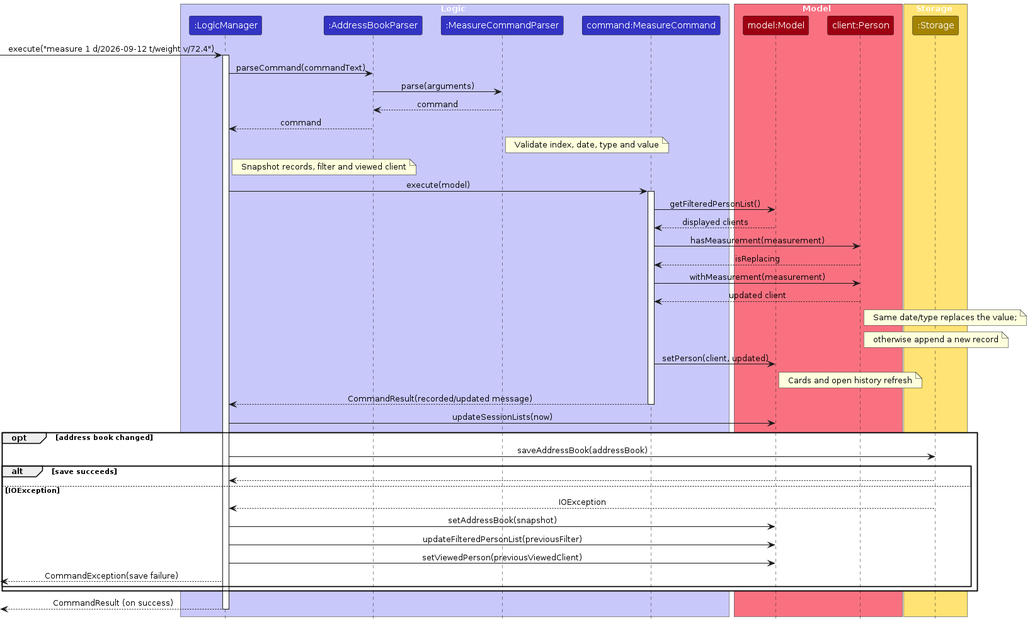
This is diagrams/MeasureSequenceDiagram.png from AY2627S1-CS2103T-F14a-2/tp, a PlantUML export, as it was before one commit. Its source is kept beside it as diagrams/MeasureSequenceDiagram.puml. Its diagram source:
```plantuml
@startuml
!include style.puml
skinparam ArrowFontStyle plain

box Logic LOGIC_COLOR_T1
participant ":LogicManager" as Logic LOGIC_COLOR
participant ":AddressBookParser" as Parser LOGIC_COLOR
participant ":MeasureCommandParser" as MeasureParser LOGIC_COLOR
participant "command:MeasureCommand" as Command LOGIC_COLOR
end box
box Model MODEL_COLOR_T1
participant "model:Model" as Model MODEL_COLOR
participant "client:Person" as Client MODEL_COLOR
end box
box Storage STORAGE_COLOR_T1
participant ":Storage" as Storage STORAGE_COLOR
end box

[-> Logic : execute("measure 1 d/2026-09-12 t/weight v/72.4")
activate Logic
Logic -> Parser : parseCommand(commandText)
Parser -> MeasureParser : parse(arguments)
MeasureParser --> Parser : command
Parser --> Logic : command
note right of MeasureParser : Validate index, date, type and value
note right of Logic : Snapshot records, filter and viewed client
Logic -> Command : execute(model)
activate Command
Command -> Model : getFilteredPersonList()
Model --> Command : displayed clients
Command -> Client : hasMeasurement(measurement)
Client --> Command : isReplacing
Command -> Client : withMeasurement(measurement)
Client --> Command : updated client
note right of Client : Same date/type replaces the value;
note right of Client : otherwise append a new record
Command -> Model : setPerson(client, updated)
note right of Model : Cards and open history refresh
Command --> Logic : CommandResult(recorded/updated message)
deactivate Command
Logic -> Model : updateSessionLists(now)
opt address book changed
Logic -> Storage : saveAddressBook(addressBook)
alt save succeeds
Storage --> Logic
else IOException
Storage --> Logic : IOException
Logic -> Model : setAddressBook(snapshot)
Logic -> Model : updateFilteredPersonList(previousFilter)
Logic -> Model : setViewedPerson(previousViewedClient)
Logic -->[ : CommandException(save failure)
end
end
Logic -->[ : CommandResult (on success)
deactivate Logic
@enduml
```
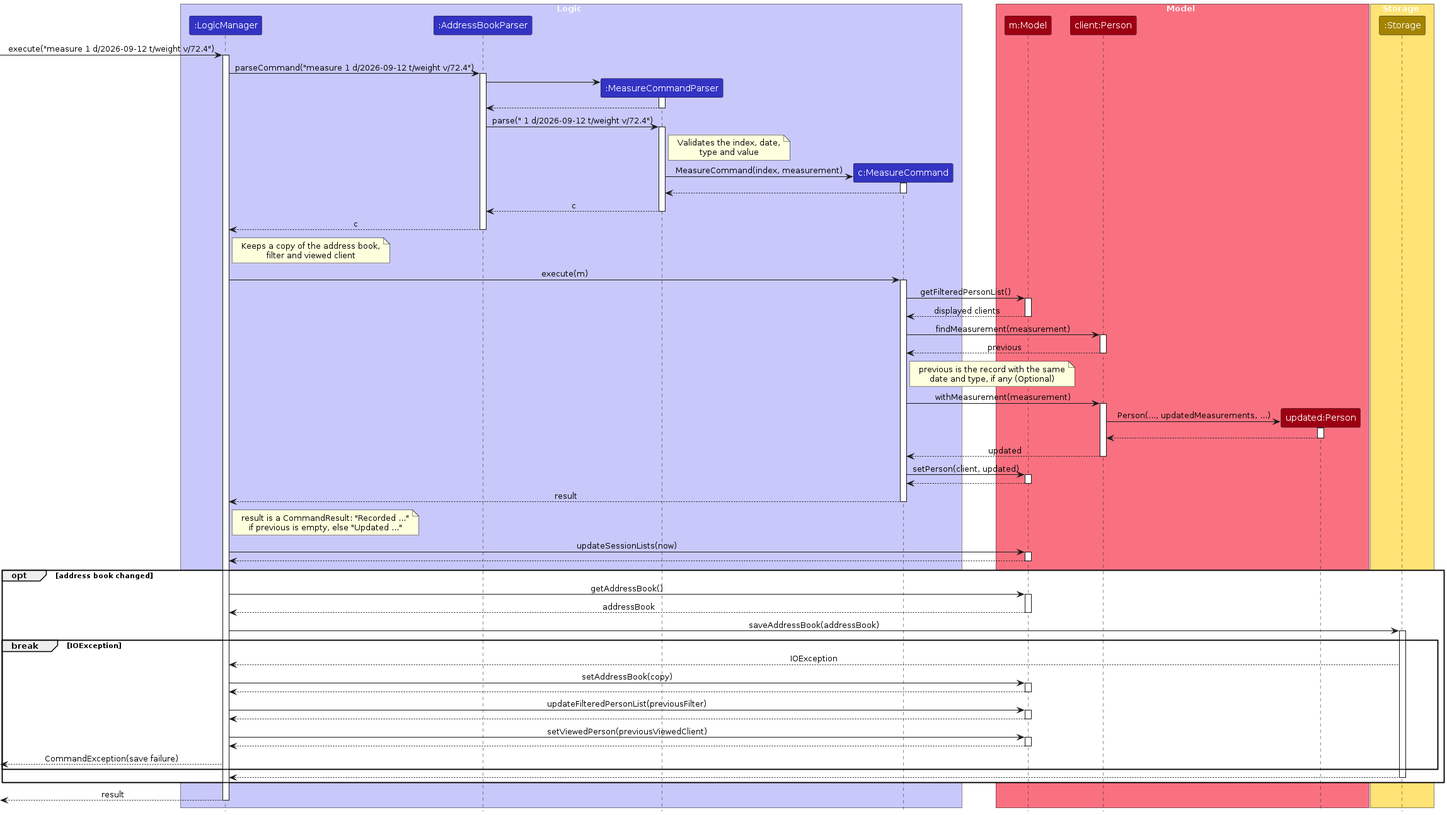
The same file after the commit.

Diff of the diagram source:
```diff
@@ -6,11 +6,12 @@
 participant ":LogicManager" as Logic LOGIC_COLOR
 participant ":AddressBookParser" as Parser LOGIC_COLOR
 participant ":MeasureCommandParser" as MeasureParser LOGIC_COLOR
-participant "command:MeasureCommand" as Command LOGIC_COLOR
+participant "c:MeasureCommand" as Command LOGIC_COLOR
 end box
 box Model MODEL_COLOR_T1
-participant "model:Model" as Model MODEL_COLOR
+participant "m:Model" as Model MODEL_COLOR
 participant "client:Person" as Client MODEL_COLOR
+participant "updated:Person" as Updated MODEL_COLOR
 end box
 box Storage STORAGE_COLOR_T1
 participant ":Storage" as Storage STORAGE_COLOR
@@ -18,39 +19,83 @@
 
 [-> Logic : execute("measure 1 d/2026-09-12 t/weight v/72.4")
 activate Logic
-Logic -> Parser : parseCommand(commandText)
-Parser -> MeasureParser : parse(arguments)
-MeasureParser --> Parser : command
-Parser --> Logic : command
-note right of MeasureParser : Validate index, date, type and value
-note right of Logic : Snapshot records, filter and viewed client
-Logic -> Command : execute(model)
+Logic -> Parser : parseCommand("measure 1 d/2026-09-12 t/weight v/72.4")
+activate Parser
+create MeasureParser
+Parser -> MeasureParser
+activate MeasureParser
+MeasureParser --> Parser
+deactivate MeasureParser
+Parser -> MeasureParser : parse(" 1 d/2026-09-12 t/weight v/72.4")
+activate MeasureParser
+note right of MeasureParser : Validates the index, date,\ntype and value
+create Command
+MeasureParser -> Command : MeasureCommand(index, measurement)
+activate Command
+Command --> MeasureParser
+deactivate Command
+MeasureParser --> Parser : c
+deactivate MeasureParser
+Parser --> Logic : c
+deactivate Parser
+note right of Logic : Keeps a copy of the address book,\nfilter and viewed client
+Logic -> Command : execute(m)
 activate Command
 Command -> Model : getFilteredPersonList()
+activate Model
 Model --> Command : displayed clients
-Command -> Client : hasMeasurement(measurement)
-Client --> Command : isReplacing
+deactivate Model
+Command -> Client : findMeasurement(measurement)
+activate Client
+Client --> Command : previous
+deactivate Client
+note right of Command : previous is the record with the same\ndate and type, if any (Optional)
 Command -> Client : withMeasurement(measurement)
-Client --> Command : updated client
-note right of Client : Same date/type replaces the value;
-note right of Client : otherwise append a new record
+activate Client
+create Updated
+Client -> Updated : Person(..., updatedMeasurements, ...)
+activate Updated
+Updated --> Client
+deactivate Updated
+Client --> Command : updated
+deactivate Client
 Command -> Model : setPerson(client, updated)
-note right of Model : Cards and open history refresh
-Command --> Logic : CommandResult(recorded/updated message)
+activate Model
+Model --> Command
+deactivate Model
+Command --> Logic : result
 deactivate Command
+note right of Logic : result is a CommandResult: "Recorded ..."\nif previous is empty, else "Updated ..."
 Logic -> Model : updateSessionLists(now)
+activate Model
+Model --> Logic
+deactivate Model
 opt address book changed
+Logic -> Model : getAddressBook()
+activate Model
+Model --> Logic : addressBook
+deactivate Model
 Logic -> Storage : saveAddressBook(addressBook)
-alt save succeeds
+activate Storage
+break IOException
+Storage --> Logic : IOException
+Logic -> Model : setAddressBook(copy)
+activate Model
+Model --> Logic
+deactivate Model
+Logic -> Model : updateFilteredPersonList(previousFilter)
+activate Model
+Model --> Logic
+deactivate Model
+Logic -> Model : setViewedPerson(previousViewedClient)
+activate Model
+Model --> Logic
+deactivate Model
+[<-- Logic : CommandException(save failure)
+end
 Storage --> Logic
-else IOException
-Storage --> Logic : IOException
-Logic -> Model : setAddressBook(snapshot)
-Logic -> Model : updateFilteredPersonList(previousFilter)
-Logic -> Model : setViewedPerson(previousViewedClient)
-Logic -->[ : CommandException(save failure)
+deactivate Storage
 end
-end
-Logic -->[ : CommandResult (on success)
+[<-- Logic : result
 deactivate Logic
 @enduml
```
